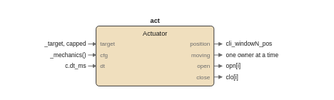
Above: images/logic/windows_fbd.drawio.svg in pstch/botanik2 (draw.io), before the change. Source tidied: cells renumbered, new cells last; positions are measured from the earlier drawing's top-left corner, leaving out a move shared by most shapes.
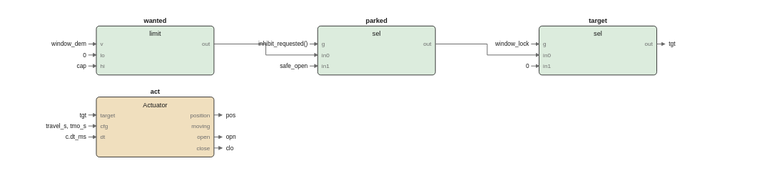
The same file after the commit.

The edit, as a diff of the source:
```diff
@@ -2,98 +2,244 @@
   <root>
     <mxCell id="0" />
     <mxCell id="1" parent="0" />
-    <mxCell id="2" style="rounded=1;fillColor=#f0dfbe;strokeColor=#1a1a1a;whiteSpace=wrap;html=1;fontSize=8;" parent="1" vertex="1">
-      <mxGeometry x="10" y="10" width="118" height="60" as="geometry" />
+    <mxCell id="2" style="rounded=1;fillColor=#dcecdd;strokeColor=#1a1a1a;whiteSpace=wrap;html=1;fontSize=8;" parent="1" vertex="1">
+      <mxGeometry x="10" y="10" width="118" height="49" as="geometry" />
     </mxCell>
-    <mxCell id="3" value="act" style="text;html=1;fontSize=6;fontColor=#1a1a1a;align=center;fontStyle=1;" parent="1" vertex="1">
+    <mxCell id="3" value="wanted" style="text;html=1;fontSize=6;fontColor=#1a1a1a;align=center;fontStyle=1;" parent="1" vertex="1">
       <mxGeometry x="69" y="0.4" width="40" height="10.6" as="geometry" />
     </mxCell>
-    <mxCell id="4" value="Actuator" style="text;html=1;fontSize=6;fontColor=#1a1a1a;align=center;" parent="1" vertex="1">
+    <mxCell id="4" value="limit" style="text;html=1;fontSize=6;fontColor=#1a1a1a;align=center;" parent="1" vertex="1">
       <mxGeometry x="69" y="13.4" width="40" height="10.6" as="geometry" />
     </mxCell>
-    <mxCell id="5" value="target" style="text;html=1;fontSize=5;fontColor=#6b6b6b;align=left;" parent="1" vertex="1">
+    <mxCell id="5" value="v" style="text;html=1;fontSize=5;fontColor=#6b6b6b;align=left;" parent="1" vertex="1">
       <mxGeometry x="14" y="24.2" width="40" height="9.8" as="geometry" />
     </mxCell>
-    <mxCell id="6" value="cfg" style="text;html=1;fontSize=5;fontColor=#6b6b6b;align=left;" parent="1" vertex="1">
+    <mxCell id="6" value="lo" style="text;html=1;fontSize=5;fontColor=#6b6b6b;align=left;" parent="1" vertex="1">
       <mxGeometry x="14" y="35.2" width="40" height="9.8" as="geometry" />
     </mxCell>
-    <mxCell id="7" value="dt" style="text;html=1;fontSize=5;fontColor=#6b6b6b;align=left;" parent="1" vertex="1">
+    <mxCell id="7" value="hi" style="text;html=1;fontSize=5;fontColor=#6b6b6b;align=left;" parent="1" vertex="1">
       <mxGeometry x="14" y="46.2" width="40" height="9.8" as="geometry" />
     </mxCell>
-    <mxCell id="8" value="position" style="text;html=1;fontSize=5;fontColor=#6b6b6b;align=left;" parent="1" vertex="1">
+    <mxCell id="8" value="out" style="text;html=1;fontSize=5;fontColor=#6b6b6b;align=left;" parent="1" vertex="1">
       <mxGeometry x="124" y="24.2" width="40" height="9.8" as="geometry" />
     </mxCell>
-    <mxCell id="9" value="moving" style="text;html=1;fontSize=5;fontColor=#6b6b6b;align=left;" parent="1" vertex="1">
-      <mxGeometry x="124" y="35.2" width="40" height="9.8" as="geometry" />
+    <mxCell id="9" style="rounded=1;fillColor=#f0dfbe;strokeColor=#1a1a1a;whiteSpace=wrap;html=1;fontSize=8;" parent="1" vertex="1">
+      <mxGeometry x="10" y="81" width="118" height="60" as="geometry" />
     </mxCell>
-    <mxCell id="10" value="open" style="text;html=1;fontSize=5;fontColor=#6b6b6b;align=left;" parent="1" vertex="1">
-      <mxGeometry x="124" y="46.2" width="40" height="9.8" as="geometry" />
+    <mxCell id="10" value="act" style="text;html=1;fontSize=6;fontColor=#1a1a1a;align=center;fontStyle=1;" parent="1" vertex="1">
+      <mxGeometry x="69" y="71.4" width="40" height="10.6" as="geometry" />
     </mxCell>
-    <mxCell id="11" value="close" style="text;html=1;fontSize=5;fontColor=#6b6b6b;align=left;" parent="1" vertex="1">
-      <mxGeometry x="124" y="57.2" width="40" height="9.8" as="geometry" />
+    <mxCell id="11" value="Actuator" style="text;html=1;fontSize=6;fontColor=#1a1a1a;align=center;" parent="1" vertex="1">
+      <mxGeometry x="69" y="84.4" width="40" height="10.6" as="geometry" />
     </mxCell>
-    <mxCell id="12" value="_target, capped" style="text;html=1;fontSize=6;fontColor=#1a1a1a;align=left;" parent="1" vertex="1">
-      <mxGeometry y="24" width="75" height="10" as="geometry" />
+    <mxCell id="12" value="target" style="text;html=1;fontSize=5;fontColor=#6b6b6b;align=left;" parent="1" vertex="1">
+      <mxGeometry x="14" y="95.2" width="40" height="9.8" as="geometry" />
     </mxCell>
-    <mxCell id="13" style="edgeStyle=none;html=1;strokeColor=#6b6b6b;endArrow=block;" parent="1" edge="1">
-      <mxGeometry relative="1" as="geometry">
-        <mxPoint x="2" y="28" as="sourcePoint" />
-        <mxPoint x="10" y="28" as="targetPoint" />
-      </mxGeometry>
-    </mxCell>
+    <mxCell id="26" value="cfg" style="text;html=1;fontSize=5;fontColor=#6b6b6b;align=left;" parent="1" vertex="1">
+      <mxGeometry x="14" y="106.2" width="40" height="9.8" as="geometry" />
+    </mxCell>
-    <mxCell id="14" value="_mechanics()" style="text;html=1;fontSize=6;fontColor=#1a1a1a;align=left;" parent="1" vertex="1">
-      <mxGeometry y="35" width="60" height="10" as="geometry" />
+    <mxCell id="14" value="dt" style="text;html=1;fontSize=5;fontColor=#6b6b6b;align=left;" parent="1" vertex="1">
+      <mxGeometry x="14" y="117.2" width="40" height="9.8" as="geometry" />
     </mxCell>
-    <mxCell id="15" style="edgeStyle=none;html=1;strokeColor=#6b6b6b;endArrow=block;" parent="1" edge="1">
-      <mxGeometry relative="1" as="geometry">
-        <mxPoint x="2" y="39" as="sourcePoint" />
-        <mxPoint x="10" y="39" as="targetPoint" />
-      </mxGeometry>
-    </mxCell>
+    <mxCell id="27" value="position" style="text;html=1;fontSize=5;fontColor=#6b6b6b;align=left;" parent="1" vertex="1">
+      <mxGeometry x="124" y="95.2" width="40" height="9.8" as="geometry" />
+    </mxCell>
-    <mxCell id="16" value="c.dt_ms" style="text;html=1;fontSize=6;fontColor=#1a1a1a;align=left;" parent="1" vertex="1">
-      <mxGeometry y="46" width="40" height="10" as="geometry" />
+    <mxCell id="16" value="moving" style="text;html=1;fontSize=5;fontColor=#6b6b6b;align=left;" parent="1" vertex="1">
+      <mxGeometry x="124" y="106.2" width="40" height="9.8" as="geometry" />
     </mxCell>
-    <mxCell id="17" style="edgeStyle=none;html=1;strokeColor=#6b6b6b;endArrow=block;" parent="1" edge="1">
-      <mxGeometry relative="1" as="geometry">
-        <mxPoint x="2" y="50" as="sourcePoint" />
-        <mxPoint x="10" y="50" as="targetPoint" />
-      </mxGeometry>
-    </mxCell>
-    <mxCell id="18" style="edgeStyle=none;html=1;strokeColor=#6b6b6b;endArrow=block;" parent="1" edge="1">
-      <mxGeometry relative="1" as="geometry">
-        <mxPoint x="128" y="28" as="sourcePoint" />
-        <mxPoint x="136" y="28" as="targetPoint" />
-      </mxGeometry>
-    </mxCell>
+    <mxCell id="28" value="open" style="text;html=1;fontSize=5;fontColor=#6b6b6b;align=left;" parent="1" vertex="1">
+      <mxGeometry x="124" y="117.2" width="40" height="9.8" as="geometry" />
+    </mxCell>
+    <mxCell id="29" value="close" style="text;html=1;fontSize=5;fontColor=#6b6b6b;align=left;" parent="1" vertex="1">
+      <mxGeometry x="124" y="128.2" width="40" height="9.8" as="geometry" />
+    </mxCell>
-    <mxCell id="19" value="cli_windowN_pos" style="text;html=1;fontSize=6;fontColor=#1a1a1a;align=left;" parent="1" vertex="1">
-      <mxGeometry x="140" y="24" width="75" height="10" as="geometry" />
+    <mxCell id="19" style="rounded=1;fillColor=#dcecdd;strokeColor=#1a1a1a;whiteSpace=wrap;html=1;fontSize=8;" parent="1" vertex="1">
+      <mxGeometry x="232" y="10" width="118" height="49" as="geometry" />
     </mxCell>
-    <mxCell id="20" style="edgeStyle=none;html=1;strokeColor=#6b6b6b;endArrow=block;" parent="1" edge="1">
-      <mxGeometry relative="1" as="geometry">
-        <mxPoint x="128" y="39" as="sourcePoint" />
-        <mxPoint x="136" y="39" as="targetPoint" />
-      </mxGeometry>
-    </mxCell>
+    <mxCell id="30" value="parked" style="text;html=1;fontSize=6;fontColor=#1a1a1a;align=center;fontStyle=1;" parent="1" vertex="1">
+      <mxGeometry x="291" y="0.4" width="40" height="10.6" as="geometry" />
+    </mxCell>
-    <mxCell id="21" value="one owner at a time" style="text;html=1;fontSize=6;fontColor=#1a1a1a;align=left;" parent="1" vertex="1">
-      <mxGeometry x="140" y="35" width="95" height="10" as="geometry" />
+    <mxCell id="21" value="sel" style="text;html=1;fontSize=6;fontColor=#1a1a1a;align=center;" parent="1" vertex="1">
+      <mxGeometry x="291" y="13.4" width="40" height="10.6" as="geometry" />
     </mxCell>
-    <mxCell id="22" style="edgeStyle=none;html=1;strokeColor=#6b6b6b;endArrow=block;" parent="1" edge="1">
-      <mxGeometry relative="1" as="geometry">
-        <mxPoint x="128" y="50" as="sourcePoint" />
-        <mxPoint x="136" y="50" as="targetPoint" />
-      </mxGeometry>
-    </mxCell>
+    <mxCell id="31" value="g" style="text;html=1;fontSize=5;fontColor=#6b6b6b;align=left;" parent="1" vertex="1">
+      <mxGeometry x="236" y="24.2" width="40" height="9.8" as="geometry" />
+    </mxCell>
-    <mxCell id="23" value="opn[i]" style="text;html=1;fontSize=6;fontColor=#1a1a1a;align=left;" parent="1" vertex="1">
-      <mxGeometry x="140" y="46" width="40" height="10" as="geometry" />
+    <mxCell id="23" value="in0" style="text;html=1;fontSize=5;fontColor=#6b6b6b;align=left;" parent="1" vertex="1">
+      <mxGeometry x="236" y="35.2" width="40" height="9.8" as="geometry" />
     </mxCell>
-    <mxCell id="24" style="edgeStyle=none;html=1;strokeColor=#6b6b6b;endArrow=block;" parent="1" edge="1">
-      <mxGeometry relative="1" as="geometry">
-        <mxPoint x="128" y="61" as="sourcePoint" />
-        <mxPoint x="136" y="61" as="targetPoint" />
-      </mxGeometry>
-    </mxCell>
+    <mxCell id="32" value="in1" style="text;html=1;fontSize=5;fontColor=#6b6b6b;align=left;" parent="1" vertex="1">
+      <mxGeometry x="236" y="46.2" width="40" height="9.8" as="geometry" />
+    </mxCell>
-    <mxCell id="25" value="clo[i]" style="text;html=1;fontSize=6;fontColor=#1a1a1a;align=left;" parent="1" vertex="1">
-      <mxGeometry x="140" y="57" width="40" height="10" as="geometry" />
+    <mxCell id="25" value="out" style="text;html=1;fontSize=5;fontColor=#6b6b6b;align=left;" parent="1" vertex="1">
+      <mxGeometry x="346" y="24.2" width="40" height="9.8" as="geometry" />
     </mxCell>
+    <mxCell id="33" style="rounded=1;fillColor=#dcecdd;strokeColor=#1a1a1a;whiteSpace=wrap;html=1;fontSize=8;" parent="1" vertex="1">
+      <mxGeometry x="454" y="10" width="118" height="49" as="geometry" />
+    </mxCell>
+    <mxCell id="34" value="target" style="text;html=1;fontSize=6;fontColor=#1a1a1a;align=center;fontStyle=1;" parent="1" vertex="1">
+      <mxGeometry x="513" y="0.4" width="40" height="10.6" as="geometry" />
+    </mxCell>
+    <mxCell id="35" value="sel" style="text;html=1;fontSize=6;fontColor=#1a1a1a;align=center;" parent="1" vertex="1">
+      <mxGeometry x="513" y="13.4" width="40" height="10.6" as="geometry" />
+    </mxCell>
+    <mxCell id="36" value="g" style="text;html=1;fontSize=5;fontColor=#6b6b6b;align=left;" parent="1" vertex="1">
+      <mxGeometry x="458" y="24.2" width="40" height="9.8" as="geometry" />
+    </mxCell>
+    <mxCell id="37" value="in0" style="text;html=1;fontSize=5;fontColor=#6b6b6b;align=left;" parent="1" vertex="1">
+      <mxGeometry x="458" y="35.2" width="40" height="9.8" as="geometry" />
+    </mxCell>
+    <mxCell id="38" value="in1" style="text;html=1;fontSize=5;fontColor=#6b6b6b;align=left;" parent="1" vertex="1">
+      <mxGeometry x="458" y="46.2" width="40" height="9.8" as="geometry" />
+    </mxCell>
+    <mxCell id="39" value="out" style="text;html=1;fontSize=5;fontColor=#6b6b6b;align=left;" parent="1" vertex="1">
+      <mxGeometry x="568" y="24.2" width="40" height="9.8" as="geometry" />
+    </mxCell>
+    <mxCell id="40" style="edgeStyle=none;html=1;strokeColor=#6b6b6b;endArrow=block;" parent="1" edge="1">
+      <mxGeometry relative="1" as="geometry">
+        <mxPoint x="128" y="28" as="sourcePoint" />
+        <mxPoint x="232" y="39" as="targetPoint" />
+        <Array as="points">
+          <mxPoint x="180" y="28" />
+          <mxPoint x="180" y="39" />
+        </Array>
+      </mxGeometry>
+    </mxCell>
+    <mxCell id="41" style="edgeStyle=none;html=1;strokeColor=#6b6b6b;endArrow=block;" parent="1" edge="1">
+      <mxGeometry relative="1" as="geometry">
+        <mxPoint x="350" y="28" as="sourcePoint" />
+        <mxPoint x="454" y="39" as="targetPoint" />
+        <Array as="points">
+          <mxPoint x="402" y="28" />
+          <mxPoint x="402" y="39" />
+        </Array>
+      </mxGeometry>
+    </mxCell>
+    <mxCell id="42" value="window_dem" style="text;html=1;fontSize=6;fontColor=#1a1a1a;align=left;" parent="1" vertex="1">
+      <mxGeometry y="24" width="50" height="10" as="geometry" />
+    </mxCell>
+    <mxCell id="43" style="edgeStyle=none;html=1;strokeColor=#6b6b6b;endArrow=block;" parent="1" edge="1">
+      <mxGeometry relative="1" as="geometry">
+        <mxPoint x="2" y="28" as="sourcePoint" />
+        <mxPoint x="10" y="28" as="targetPoint" />
+      </mxGeometry>
+    </mxCell>
+    <mxCell id="44" value="0" style="text;html=1;fontSize=6;fontColor=#1a1a1a;align=left;" parent="1" vertex="1">
+      <mxGeometry y="35" width="40" height="10" as="geometry" />
+    </mxCell>
+    <mxCell id="45" style="edgeStyle=none;html=1;strokeColor=#6b6b6b;endArrow=block;" parent="1" edge="1">
+      <mxGeometry relative="1" as="geometry">
+        <mxPoint x="2" y="39" as="sourcePoint" />
+        <mxPoint x="10" y="39" as="targetPoint" />
+      </mxGeometry>
+    </mxCell>
+    <mxCell id="46" value="cap" style="text;html=1;fontSize=6;fontColor=#1a1a1a;align=left;" parent="1" vertex="1">
+      <mxGeometry y="46" width="40" height="10" as="geometry" />
+    </mxCell>
+    <mxCell id="47" style="edgeStyle=none;html=1;strokeColor=#6b6b6b;endArrow=block;" parent="1" edge="1">
+      <mxGeometry relative="1" as="geometry">
+        <mxPoint x="2" y="50" as="sourcePoint" />
+        <mxPoint x="10" y="50" as="targetPoint" />
+      </mxGeometry>
+    </mxCell>
+    <mxCell id="48" value="inhibit_requested()" style="text;html=1;fontSize=6;fontColor=#1a1a1a;align=left;" parent="1" vertex="1">
+      <mxGeometry x="222" y="24" width="95" height="10" as="geometry" />
+    </mxCell>
+    <mxCell id="49" style="edgeStyle=none;html=1;strokeColor=#6b6b6b;endArrow=block;" parent="1" edge="1">
+      <mxGeometry relative="1" as="geometry">
+        <mxPoint x="224" y="28" as="sourcePoint" />
+        <mxPoint x="232" y="28" as="targetPoint" />
+      </mxGeometry>
+    </mxCell>
+    <mxCell id="50" value="safe_open" style="text;html=1;fontSize=6;fontColor=#1a1a1a;align=left;" parent="1" vertex="1">
+      <mxGeometry x="222" y="46" width="45" height="10" as="geometry" />
+    </mxCell>
+    <mxCell id="51" style="edgeStyle=none;html=1;strokeColor=#6b6b6b;endArrow=block;" parent="1" edge="1">
+      <mxGeometry relative="1" as="geometry">
+        <mxPoint x="224" y="50" as="sourcePoint" />
+        <mxPoint x="232" y="50" as="targetPoint" />
+      </mxGeometry>
+    </mxCell>
+    <mxCell id="52" value="window_lock" style="text;html=1;fontSize=6;fontColor=#1a1a1a;align=left;" parent="1" vertex="1">
+      <mxGeometry x="444" y="24" width="55" height="10" as="geometry" />
+    </mxCell>
+    <mxCell id="53" style="edgeStyle=none;html=1;strokeColor=#6b6b6b;endArrow=block;" parent="1" edge="1">
+      <mxGeometry relative="1" as="geometry">
+        <mxPoint x="446" y="28" as="sourcePoint" />
+        <mxPoint x="454" y="28" as="targetPoint" />
+      </mxGeometry>
+    </mxCell>
+    <mxCell id="54" value="0" style="text;html=1;fontSize=6;fontColor=#1a1a1a;align=left;" parent="1" vertex="1">
+      <mxGeometry x="444" y="46" width="40" height="10" as="geometry" />
+    </mxCell>
+    <mxCell id="55" style="edgeStyle=none;html=1;strokeColor=#6b6b6b;endArrow=block;" parent="1" edge="1">
+      <mxGeometry relative="1" as="geometry">
+        <mxPoint x="446" y="50" as="sourcePoint" />
+        <mxPoint x="454" y="50" as="targetPoint" />
+      </mxGeometry>
+    </mxCell>
+    <mxCell id="56" value="tgt" style="text;html=1;fontSize=6;fontColor=#1a1a1a;align=left;" parent="1" vertex="1">
+      <mxGeometry y="95" width="40" height="10" as="geometry" />
+    </mxCell>
+    <mxCell id="57" style="edgeStyle=none;html=1;strokeColor=#6b6b6b;endArrow=block;" parent="1" edge="1">
+      <mxGeometry relative="1" as="geometry">
+        <mxPoint x="2" y="99" as="sourcePoint" />
+        <mxPoint x="10" y="99" as="targetPoint" />
+      </mxGeometry>
+    </mxCell>
+    <mxCell id="58" value="travel_s, tmo_s" style="text;html=1;fontSize=6;fontColor=#1a1a1a;align=left;" parent="1" vertex="1">
+      <mxGeometry y="106" width="75" height="10" as="geometry" />
+    </mxCell>
+    <mxCell id="59" style="edgeStyle=none;html=1;strokeColor=#6b6b6b;endArrow=block;" parent="1" edge="1">
+      <mxGeometry relative="1" as="geometry">
+        <mxPoint x="2" y="110" as="sourcePoint" />
+        <mxPoint x="10" y="110" as="targetPoint" />
+      </mxGeometry>
+    </mxCell>
+    <mxCell id="60" value="c.dt_ms" style="text;html=1;fontSize=6;fontColor=#1a1a1a;align=left;" parent="1" vertex="1">
+      <mxGeometry y="117" width="40" height="10" as="geometry" />
+    </mxCell>
+    <mxCell id="61" style="edgeStyle=none;html=1;strokeColor=#6b6b6b;endArrow=block;" parent="1" edge="1">
+      <mxGeometry relative="1" as="geometry">
+        <mxPoint x="2" y="121" as="sourcePoint" />
+        <mxPoint x="10" y="121" as="targetPoint" />
+      </mxGeometry>
+    </mxCell>
+    <mxCell id="62" style="edgeStyle=none;html=1;strokeColor=#6b6b6b;endArrow=block;" parent="1" edge="1">
+      <mxGeometry relative="1" as="geometry">
+        <mxPoint x="572" y="28" as="sourcePoint" />
+        <mxPoint x="580" y="28" as="targetPoint" />
+      </mxGeometry>
+    </mxCell>
+    <mxCell id="63" value="tgt" style="text;html=1;fontSize=6;fontColor=#1a1a1a;align=left;" parent="1" vertex="1">
+      <mxGeometry x="584" y="24" width="40" height="10" as="geometry" />
+    </mxCell>
+    <mxCell id="64" style="edgeStyle=none;html=1;strokeColor=#6b6b6b;endArrow=block;" parent="1" edge="1">
+      <mxGeometry relative="1" as="geometry">
+        <mxPoint x="128" y="99" as="sourcePoint" />
+        <mxPoint x="136" y="99" as="targetPoint" />
+      </mxGeometry>
+    </mxCell>
+    <mxCell id="65" value="pos" style="text;html=1;fontSize=6;fontColor=#1a1a1a;align=left;" parent="1" vertex="1">
+      <mxGeometry x="140" y="95" width="40" height="10" as="geometry" />
+    </mxCell>
+    <mxCell id="66" style="edgeStyle=none;html=1;strokeColor=#6b6b6b;endArrow=block;" parent="1" edge="1">
+      <mxGeometry relative="1" as="geometry">
+        <mxPoint x="128" y="121" as="sourcePoint" />
+        <mxPoint x="136" y="121" as="targetPoint" />
+      </mxGeometry>
+    </mxCell>
+    <mxCell id="67" value="opn" style="text;html=1;fontSize=6;fontColor=#1a1a1a;align=left;" parent="1" vertex="1">
+      <mxGeometry x="140" y="117" width="40" height="10" as="geometry" />
+    </mxCell>
+    <mxCell id="68" style="edgeStyle=none;html=1;strokeColor=#6b6b6b;endArrow=block;" parent="1" edge="1">
+      <mxGeometry relative="1" as="geometry">
+        <mxPoint x="128" y="132" as="sourcePoint" />
+        <mxPoint x="136" y="132" as="targetPoint" />
+      </mxGeometry>
+    </mxCell>
+    <mxCell id="69" value="clo" style="text;html=1;fontSize=6;fontColor=#1a1a1a;align=left;" parent="1" vertex="1">
+      <mxGeometry x="140" y="128" width="40" height="10" as="geometry" />
+    </mxCell>
   </root>
 </mxGraphModel>
```
